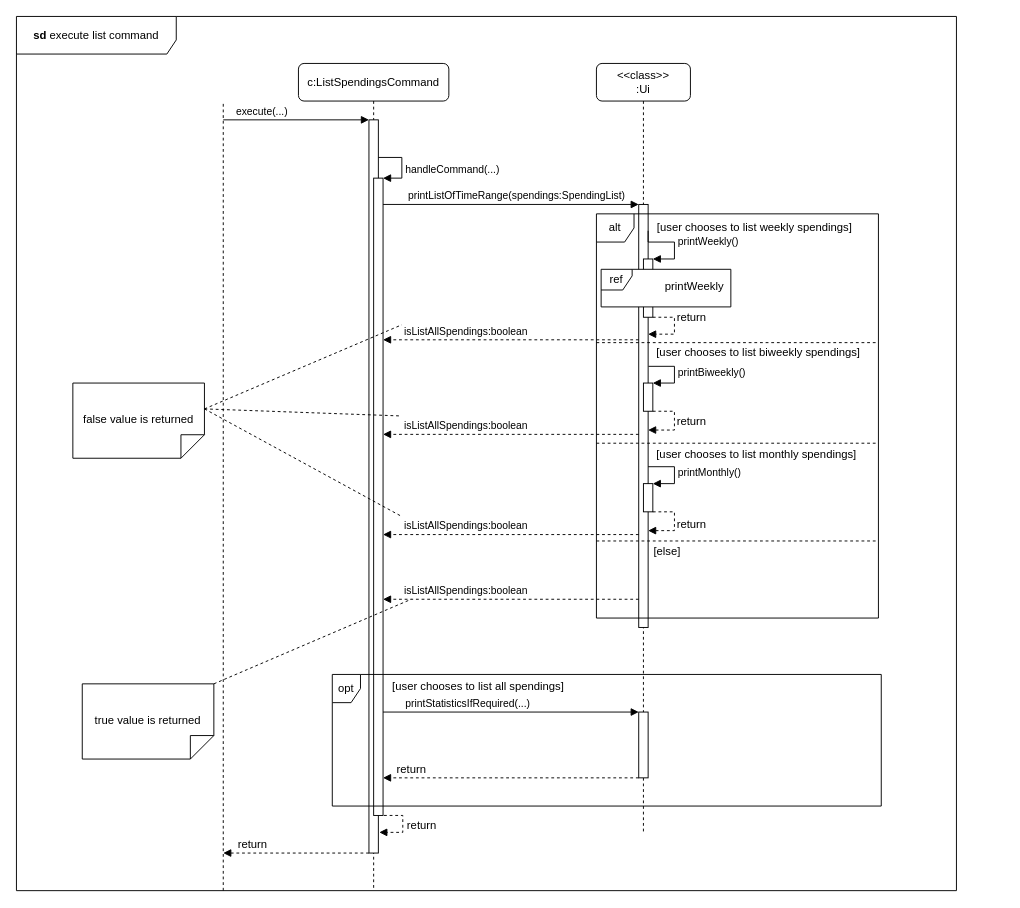
Above: docs/Diagrams/Commands/executeListSpendingsCommand.drawio in wongwh2002/CS2113TeamProject (draw.io), before the change. Source tidied: cells renumbered, new cells numbered last; positions are measured from the earlier drawing's top-left corner, leaving out a move shared by most shapes. Both pictures are drawn from the tidied source at 94%, with x=0, y=0 at pixel (16, 16).
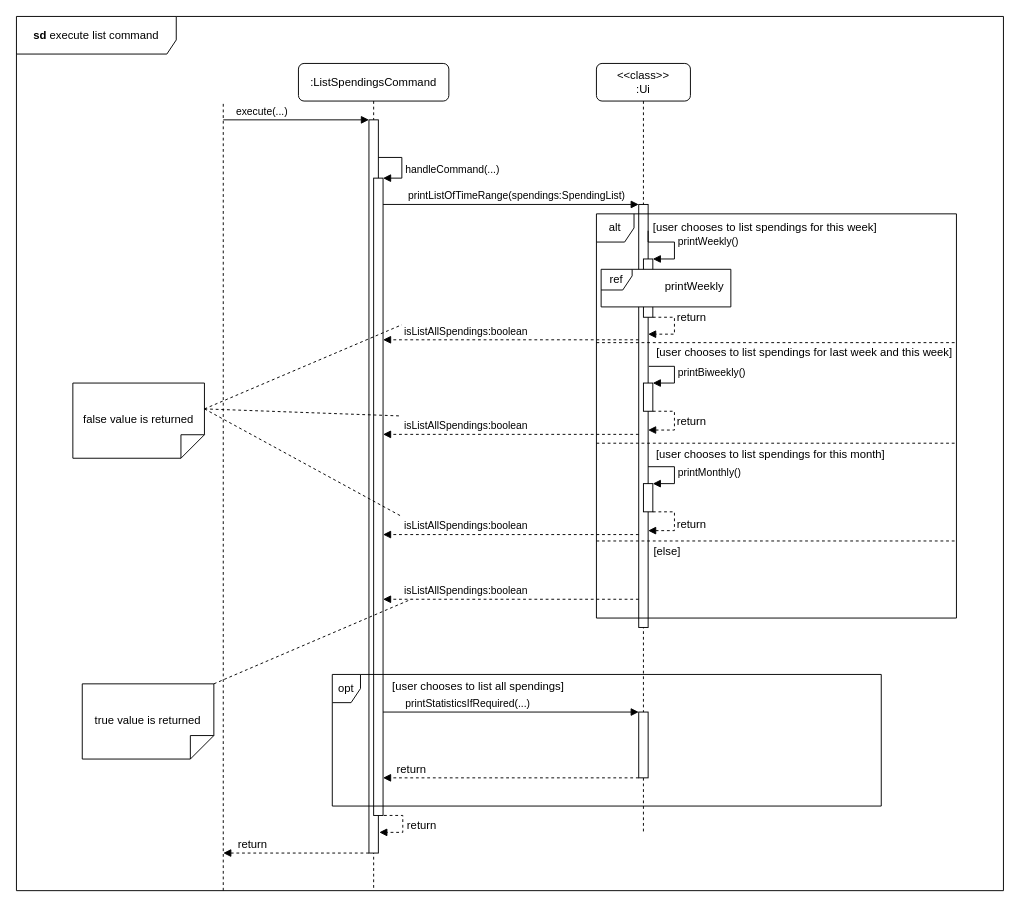
The same page after the edit.

Change to the diagram source:
```diff
@@
-    <mxCell id="3" value="c:ListSpendingsCommand" style="shape=umlLifeline;perimeter=lifelinePerimeter;whiteSpace=wrap;html=1;newEdgeStyle={&quot;curved&quot;:0,&quot;rounded&quot;:0};rounded=1;" parent="1" vertex="1">
+    <mxCell id="3" value=":ListSpendingsCommand" style="shape=umlLifeline;perimeter=lifelinePerimeter;whiteSpace=wrap;html=1;newEdgeStyle={&quot;curved&quot;:0,&quot;rounded&quot;:0};rounded=1;" parent="1" vertex="1">
       <mxGeometry x="300" y="50" width="160" height="880" as="geometry" />
     </mxCell>
@@
     <mxCell id="15" value="alt" style="shape=umlFrame;whiteSpace=wrap;html=1;width=40;height=30;" parent="1" vertex="1">
-      <mxGeometry x="617" y="210" width="300" height="430" as="geometry" />
+      <mxGeometry x="617" y="210" width="383" height="430" as="geometry" />
     </mxCell>
-    <mxCell id="16" value="[user chooses to list weekly spendings]" style="text;html=1;align=center;verticalAlign=middle;strokeColor=none;fillColor=none;" parent="1" vertex="1">
-      <mxGeometry x="670" y="210" width="230" height="30" as="geometry" />
+    <mxCell id="16" value="[user chooses to list spendings for this week]" style="text;html=1;align=center;verticalAlign=middle;strokeColor=none;fillColor=none;" parent="1" vertex="1">
+      <mxGeometry x="666" y="210" width="260" height="30" as="geometry" />
     </mxCell>
@@
     <mxCell id="23" style="line;strokeWidth=1;fillColor=none;align=left;verticalAlign=middle;spacingTop=-1;spacingLeft=3;spacingRight=3;labelPosition=right;strokeColor=inherit;dashed=1;" parent="1" vertex="1">
-      <mxGeometry x="617" y="343" width="300" height="8" as="geometry" />
+      <mxGeometry x="617" y="343" width="383" height="8" as="geometry" />
     </mxCell>
-    <mxCell id="24" value="[user chooses to list biweekly spendings]" style="text;html=1;align=center;verticalAlign=middle;points=[];strokeColor=none;fillColor=none;" parent="1" vertex="1">
-      <mxGeometry x="669" y="343" width="240" height="30" as="geometry" />
+    <mxCell id="24" value="[user chooses to list spendings for last week and this week]" style="text;html=1;align=center;verticalAlign=middle;points=[];strokeColor=none;fillColor=none;" parent="1" vertex="1">
+      <mxGeometry x="668" y="343" width="340" height="30" as="geometry" />
     </mxCell>
@@
     <mxCell id="29" style="line;strokeWidth=1;fillColor=none;align=left;verticalAlign=middle;spacingTop=-1;spacingLeft=3;spacingRight=3;labelPosition=right;strokeColor=inherit;dashed=1;" parent="1" vertex="1">
-      <mxGeometry x="617" y="450" width="300" height="8" as="geometry" />
+      <mxGeometry x="617" y="450" width="383" height="8" as="geometry" />
     </mxCell>
-    <mxCell id="30" value="[user chooses to list monthly spendings]" style="text;html=1;align=center;verticalAlign=middle;strokeColor=none;fillColor=none;" parent="1" vertex="1">
-      <mxGeometry x="667" y="451" width="240" height="30" as="geometry" />
+    <mxCell id="30" value="[user chooses to list spendings for this month]" style="text;html=1;align=center;verticalAlign=middle;strokeColor=none;fillColor=none;" parent="1" vertex="1">
+      <mxGeometry x="667" y="451" width="270" height="30" as="geometry" />
     </mxCell>
@@
     <mxCell id="35" style="line;strokeWidth=1;fillColor=none;align=left;verticalAlign=middle;spacingTop=-1;spacingLeft=3;spacingRight=3;labelPosition=right;strokeColor=inherit;dashed=1;" parent="1" vertex="1">
-      <mxGeometry x="617" y="554" width="300" height="8" as="geometry" />
+      <mxGeometry x="617" y="554" width="383" height="8" as="geometry" />
     </mxCell>
@@
     <mxCell id="59" value="&lt;b&gt;sd&lt;/b&gt;&amp;nbsp;execute list command" style="shape=umlFrame;whiteSpace=wrap;html=1;width=170;height=40;" parent="1" vertex="1">
-      <mxGeometry width="1000" height="930" as="geometry" />
+      <mxGeometry width="1050" height="930" as="geometry" />
     </mxCell>
```
